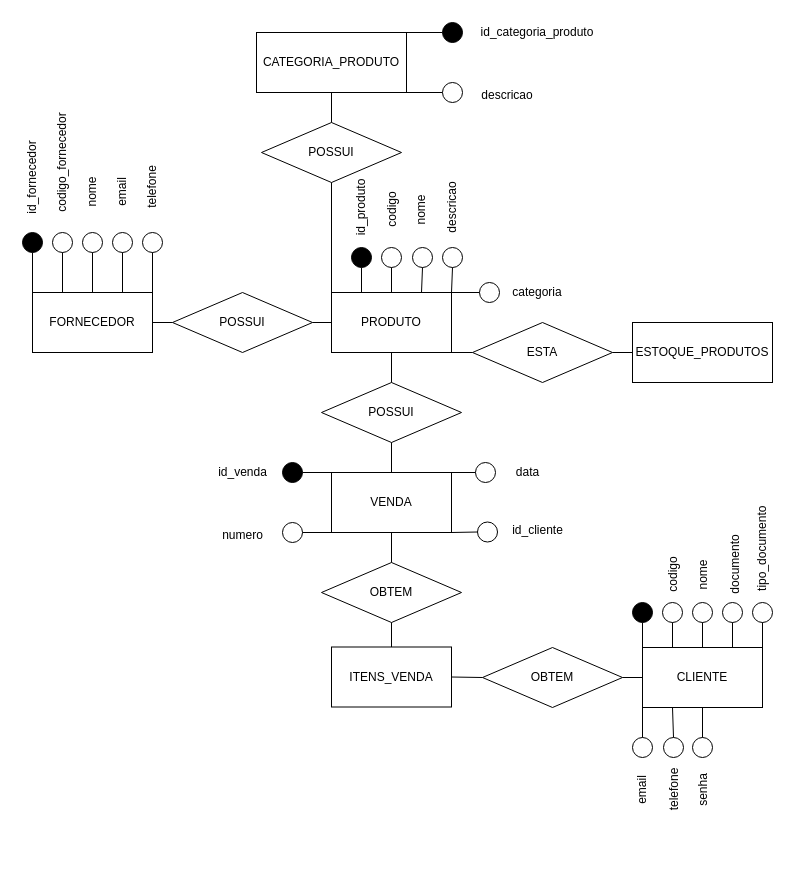
Above: Diagrama sem nome.drawio in Thiago163/Mundo_verde (draw.io), before the change. Source tidied: cells renumbered, new cells numbered last; positions are measured from the earlier drawing's top-left corner, leaving out a move shared by most shapes. Both pictures are drawn from the tidied source at 100%, with x=0, y=0 at pixel (-8, 17).
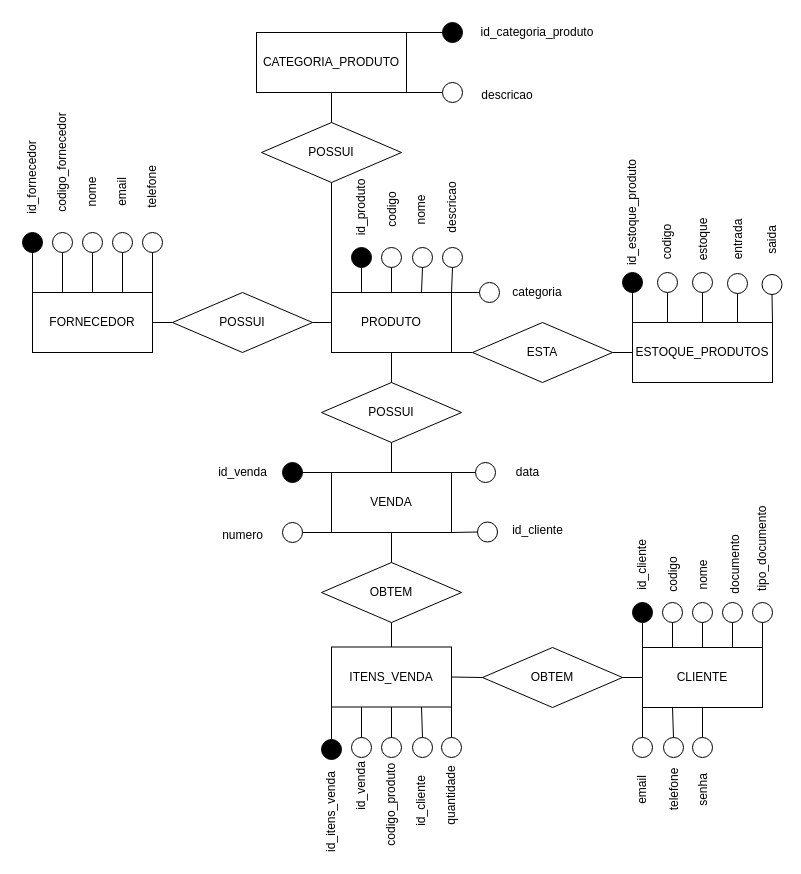
Above is the later version.

Unchanged cells that the change refers to:
```xml
<mxCell id="6" value="ITENS_VENDA" style="rounded=0;whiteSpace=wrap;html=1;" parent="1" vertex="1">
  <mxGeometry x="339" y="629.5" width="120" height="60" as="geometry" />
</mxCell>
<mxCell id="7" value="ESTOQUE_PRODUTOS" style="rounded=0;whiteSpace=wrap;html=1;" parent="1" vertex="1">
  <mxGeometry x="640" y="305" width="140" height="60" as="geometry" />
</mxCell>
```

The edit, as a diff of the source:
```diff
@@
+    <mxCell id="98" value="id_cliente" style="text;html=1;align=center;verticalAlign=middle;whiteSpace=wrap;rounded=0;rotation=-90;" parent="1" vertex="1">
+      <mxGeometry x="615.2" y="538.8" width="69.5" height="17.5" as="geometry" />
+    </mxCell>
+    <mxCell id="99" style="ellipse;whiteSpace=wrap;html=1;" parent="1" vertex="1">
+      <mxGeometry x="359" y="720" width="20" height="20" as="geometry" />
+    </mxCell>
+    <mxCell id="100" style="ellipse;whiteSpace=wrap;html=1;" parent="1" vertex="1">
+      <mxGeometry x="389" y="720" width="20" height="20" as="geometry" />
+    </mxCell>
+    <mxCell id="101" style="ellipse;whiteSpace=wrap;html=1;" parent="1" vertex="1">
+      <mxGeometry x="420" y="720" width="20" height="20" as="geometry" />
+    </mxCell>
+    <mxCell id="102" style="endArrow=none;html=1;rounded=0;entryX=0;entryY=1;entryDx=0;entryDy=0;exitX=0.5;exitY=0;exitDx=0;exitDy=0;" parent="1" edge="1" source="113" target="6">
+      <mxGeometry relative="1" as="geometry" />
+    </mxCell>
+    <mxCell id="103" style="endArrow=none;html=1;rounded=0;entryX=0.25;entryY=1;entryDx=0;entryDy=0;exitX=0.5;exitY=0;exitDx=0;exitDy=0;" parent="1" edge="1" source="99" target="6">
+      <mxGeometry relative="1" as="geometry" />
+    </mxCell>
+    <mxCell id="104" style="endArrow=none;html=1;rounded=0;entryX=0.5;entryY=1;entryDx=0;entryDy=0;exitX=0.5;exitY=0;exitDx=0;exitDy=0;" parent="1" edge="1" source="100" target="6">
+      <mxGeometry relative="1" as="geometry" />
+    </mxCell>
+    <mxCell id="105" style="endArrow=none;html=1;rounded=0;entryX=0.75;entryY=1;entryDx=0;entryDy=0;exitX=0.5;exitY=0;exitDx=0;exitDy=0;" parent="1" edge="1" source="101" target="6">
+      <mxGeometry relative="1" as="geometry" />
+    </mxCell>
+    <mxCell id="106" style="ellipse;whiteSpace=wrap;html=1;" parent="1" vertex="1">
+      <mxGeometry x="449" y="720" width="20" height="20" as="geometry" />
+    </mxCell>
+    <mxCell id="107" style="endArrow=none;html=1;rounded=0;entryX=1;entryY=1;entryDx=0;entryDy=0;exitX=0.5;exitY=0;exitDx=0;exitDy=0;" parent="1" edge="1" source="106" target="6">
+      <mxGeometry relative="1" as="geometry" />
+    </mxCell>
+    <mxCell id="108" value="id_itens_venda" style="text;html=1;align=center;verticalAlign=middle;whiteSpace=wrap;rounded=0;rotation=-90;" parent="1" vertex="1">
+      <mxGeometry x="294.5" y="785" width="89" height="20" as="geometry" />
+    </mxCell>
+    <mxCell id="109" value="id_venda" style="text;html=1;align=center;verticalAlign=middle;whiteSpace=wrap;rounded=0;rotation=-90;" parent="1" vertex="1">
+      <mxGeometry x="334" y="760" width="69.5" height="17.5" as="geometry" />
+    </mxCell>
+    <mxCell id="110" value="codigo_produto" style="text;html=1;align=center;verticalAlign=middle;whiteSpace=wrap;rounded=0;rotation=-90;" parent="1" vertex="1">
+      <mxGeometry x="356.9" y="777.5" width="83.8" height="20" as="geometry" />
+    </mxCell>
+    <mxCell id="111" value="id_cliente" style="text;html=1;align=center;verticalAlign=middle;whiteSpace=wrap;rounded=0;rotation=-90;" parent="1" vertex="1">
+      <mxGeometry x="394" y="775" width="69.5" height="17.5" as="geometry" />
+    </mxCell>
+    <mxCell id="112" value="quantidade" style="text;html=1;align=center;verticalAlign=middle;whiteSpace=wrap;rounded=0;rotation=-90;" parent="1" vertex="1">
+      <mxGeometry x="423.5" y="770" width="69.5" height="17.5" as="geometry" />
+    </mxCell>
+    <mxCell id="113" style="ellipse;whiteSpace=wrap;html=1;fillColor=#000000;" parent="1" vertex="1">
+      <mxGeometry x="329" y="722" width="20" height="20" as="geometry" />
+    </mxCell>
+    <mxCell id="114" style="ellipse;BlackSpace=wrap;html=1;fillColor=#000000;" parent="1" vertex="1">
+      <mxGeometry x="630" y="255" width="20" height="20" as="geometry" />
+    </mxCell>
+    <mxCell id="115" style="ellipse;whiteSpace=wrap;html=1;" parent="1" vertex="1">
+      <mxGeometry x="665" y="255" width="20" height="20" as="geometry" />
+    </mxCell>
+    <mxCell id="116" style="ellipse;whiteSpace=wrap;html=1;" parent="1" vertex="1">
+      <mxGeometry x="700" y="255" width="20" height="20" as="geometry" />
+    </mxCell>
+    <mxCell id="117" style="ellipse;whiteSpace=wrap;html=1;" parent="1" vertex="1">
+      <mxGeometry x="735" y="256" width="20" height="20" as="geometry" />
+    </mxCell>
+    <mxCell id="118" style="endArrow=none;html=1;rounded=0;entryX=0.5;entryY=1;entryDx=0;entryDy=0;exitX=0;exitY=0;exitDx=0;exitDy=0;" parent="1" edge="1" source="7" target="114">
+      <mxGeometry relative="1" as="geometry" />
+    </mxCell>
+    <mxCell id="119" style="endArrow=none;html=1;rounded=0;entryX=0.5;entryY=1;entryDx=0;entryDy=0;exitX=0.25;exitY=0;exitDx=0;exitDy=0;" parent="1" edge="1" source="7" target="115">
+      <mxGeometry relative="1" as="geometry" />
+    </mxCell>
+    <mxCell id="120" style="endArrow=none;html=1;rounded=0;exitX=0.5;exitY=0;exitDx=0;exitDy=0;entryX=0.5;entryY=1;entryDx=0;entryDy=0;" parent="1" edge="1" source="7" target="116">
+      <mxGeometry relative="1" as="geometry" />
+    </mxCell>
+    <mxCell id="121" style="endArrow=none;html=1;rounded=0;entryX=0.5;entryY=1;entryDx=0;entryDy=0;exitX=0.75;exitY=0;exitDx=0;exitDy=0;" parent="1" edge="1" source="7" target="117">
+      <mxGeometry relative="1" as="geometry" />
+    </mxCell>
+    <mxCell id="122" style="ellipse;whiteSpace=wrap;html=1;" parent="1" vertex="1">
+      <mxGeometry x="769.5" y="257" width="20" height="20" as="geometry" />
+    </mxCell>
+    <mxCell id="123" style="endArrow=none;html=1;rounded=0;entryX=0.5;entryY=1;entryDx=0;entryDy=0;exitX=1;exitY=0;exitDx=0;exitDy=0;" parent="1" edge="1" source="7" target="122">
+      <mxGeometry relative="1" as="geometry" />
+    </mxCell>
+    <mxCell id="124" value="id_estoque_produto" style="text;html=1;align=center;verticalAlign=middle;whiteSpace=wrap;rounded=0;rotation=-90;" parent="1" vertex="1">
+      <mxGeometry x="580" y="180" width="120" height="30" as="geometry" />
+    </mxCell>
+    <mxCell id="125" value="codigo" style="text;html=1;align=center;verticalAlign=middle;whiteSpace=wrap;rounded=0;rotation=-90;" parent="1" vertex="1">
+      <mxGeometry x="644.5" y="212.5" width="61" height="25" as="geometry" />
+    </mxCell>
+    <mxCell id="126" value="estoque" style="text;html=1;align=center;verticalAlign=middle;whiteSpace=wrap;rounded=0;rotation=-90;" parent="1" vertex="1">
+      <mxGeometry x="679.5" y="210" width="61" height="25" as="geometry" />
+    </mxCell>
+    <mxCell id="127" value="entrada" style="text;html=1;align=center;verticalAlign=middle;whiteSpace=wrap;rounded=0;rotation=-90;" parent="1" vertex="1">
+      <mxGeometry x="714.5" y="210" width="61" height="25" as="geometry" />
+    </mxCell>
+    <mxCell id="128" value="saida" style="text;html=1;align=center;verticalAlign=middle;whiteSpace=wrap;rounded=0;rotation=-90;" parent="1" vertex="1">
+      <mxGeometry x="749" y="210" width="61" height="25" as="geometry" />
+    </mxCell>
```
